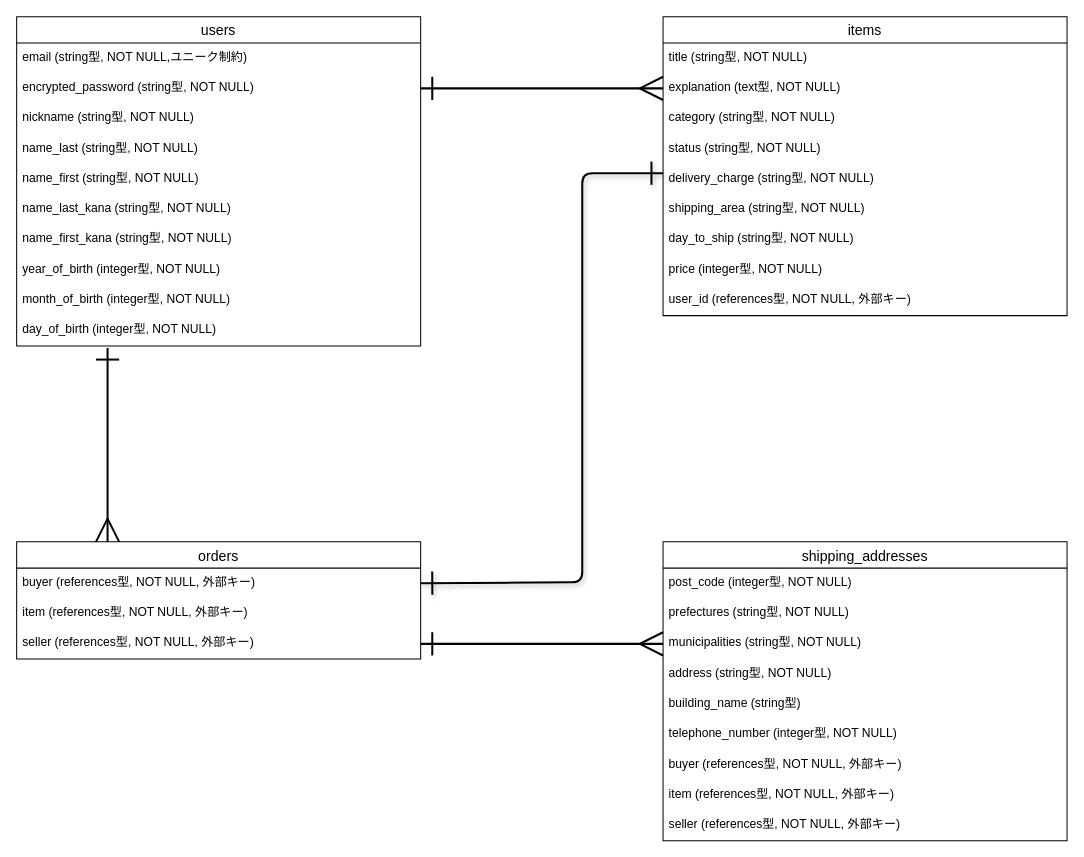
Earlier version of the draw.io diagram furima.dio (mocchio/furima-38971). Source tidied: cells renumbered, new cells numbered last; positions are measured from the earlier drawing's top-left corner, leaving out a move shared by most shapes. Both pictures are drawn from the tidied source at 101%, with x=0, y=0 at pixel (16, 16).
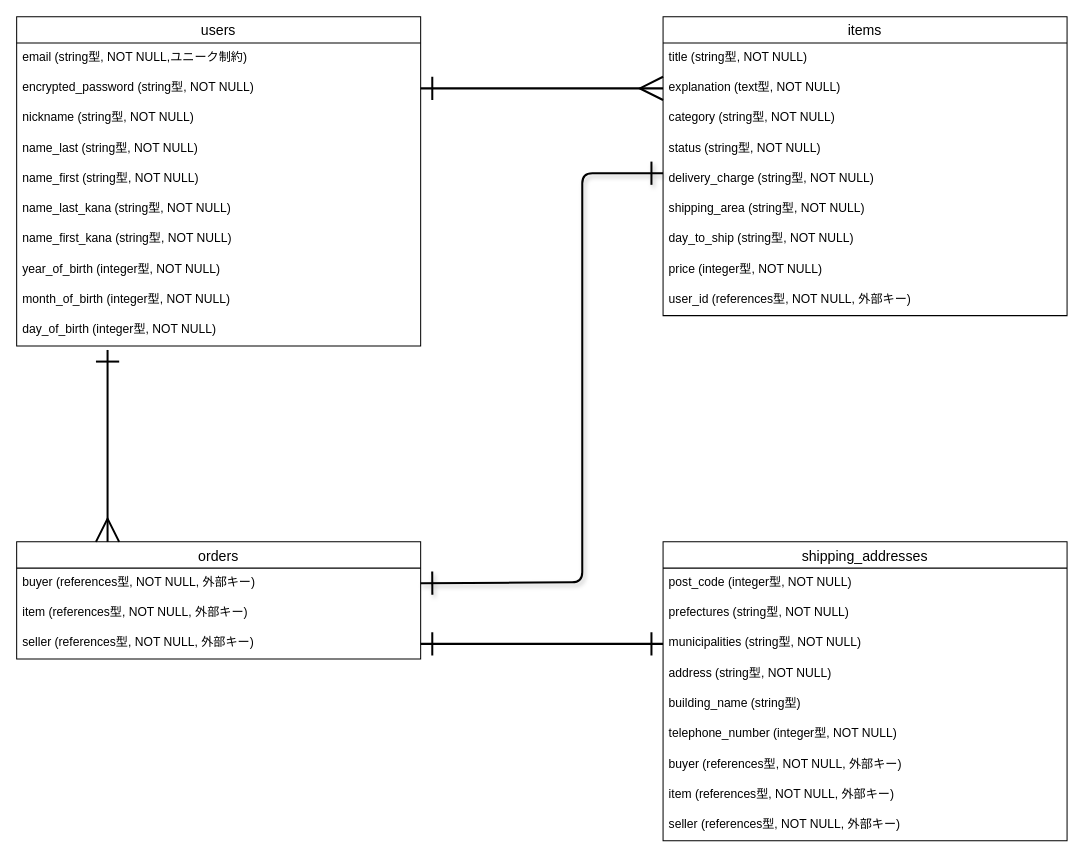
Above is the later version.

Commit message (it also covers changes not shown here):
ER図、README修正

Unchanged cells that the change refers to:
```xml
<mxCell id="12" value="day_of_birth (integer型, NOT NULL)" style="text;strokeColor=none;fillColor=none;spacingLeft=4;spacingRight=4;overflow=hidden;points=[[0,0.5],[1,0.5]];portConstraint=eastwest;fontSize=12;" parent="2" vertex="1">
  <mxGeometry y="296" width="400" height="30" as="geometry" />
</mxCell>
<mxCell id="23" value="orders" style="swimlane;fontStyle=0;horizontal=1;startSize=26;align=center;fontSize=14;" parent="1" vertex="1">
  <mxGeometry y="520" width="400" height="116" as="geometry" />
</mxCell>
<mxCell id="26" value="seller (references型, NOT NULL, 外部キー)" style="text;strokeColor=none;fillColor=none;spacingLeft=4;spacingRight=4;overflow=hidden;points=[[0,0.5],[1,0.5]];portConstraint=eastwest;fontSize=12;" parent="23" vertex="1">
  <mxGeometry y="86" width="400" height="30" as="geometry" />
</mxCell>
<mxCell id="30" value="municipalities (string型, NOT NULL)" style="text;strokeColor=none;fillColor=none;spacingLeft=4;spacingRight=4;overflow=hidden;points=[[0,0.5],[1,0.5]];portConstraint=eastwest;fontSize=12;" parent="27" vertex="1">
  <mxGeometry y="86" width="400" height="30" as="geometry" />
</mxCell>
```

Change to the diagram source:
```diff
@@
-    <mxCell id="38" style="edgeStyle=none;jumpStyle=none;html=1;exitX=1;exitY=0.5;exitDx=0;exitDy=0;entryX=0;entryY=0.5;entryDx=0;entryDy=0;strokeWidth=2;startArrow=ERone;startFill=0;endArrow=ERmany;endFill=0;startSize=20;endSize=20;" parent="1" edge="1" source="26" target="30">
+    <mxCell id="38" style="edgeStyle=none;jumpStyle=none;html=1;exitX=1;exitY=0.5;exitDx=0;exitDy=0;entryX=0;entryY=0.5;entryDx=0;entryDy=0;strokeWidth=2;startArrow=ERone;startFill=0;endArrow=ERone;endFill=0;startSize=20;endSize=20;" parent="1" edge="1" source="26" target="30">
       <mxGeometry relative="1" as="geometry" />
     </mxCell>
@@
-    <mxCell id="40" style="edgeStyle=none;jumpStyle=none;html=1;exitX=0.225;exitY=1.067;exitDx=0;exitDy=0;entryX=0.225;entryY=0;entryDx=0;entryDy=0;entryPerimeter=0;strokeWidth=2;startArrow=ERone;startFill=0;endArrow=ERmany;endFill=0;startSize=20;endSize=20;exitPerimeter=0;" parent="1" edge="1" source="12" target="23">
-      <mxGeometry relative="1" as="geometry" />
+    <mxCell id="40" style="edgeStyle=none;jumpStyle=none;html=1;entryX=0.225;entryY=0;entryDx=0;entryDy=0;entryPerimeter=0;strokeWidth=2;startArrow=ERone;startFill=0;endArrow=ERmany;endFill=0;startSize=20;endSize=20;" parent="1" edge="1" target="23">
+      <mxGeometry relative="1" as="geometry">
+        <mxPoint x="90" y="330" as="sourcePoint" />
+      </mxGeometry>
     </mxCell>
```
